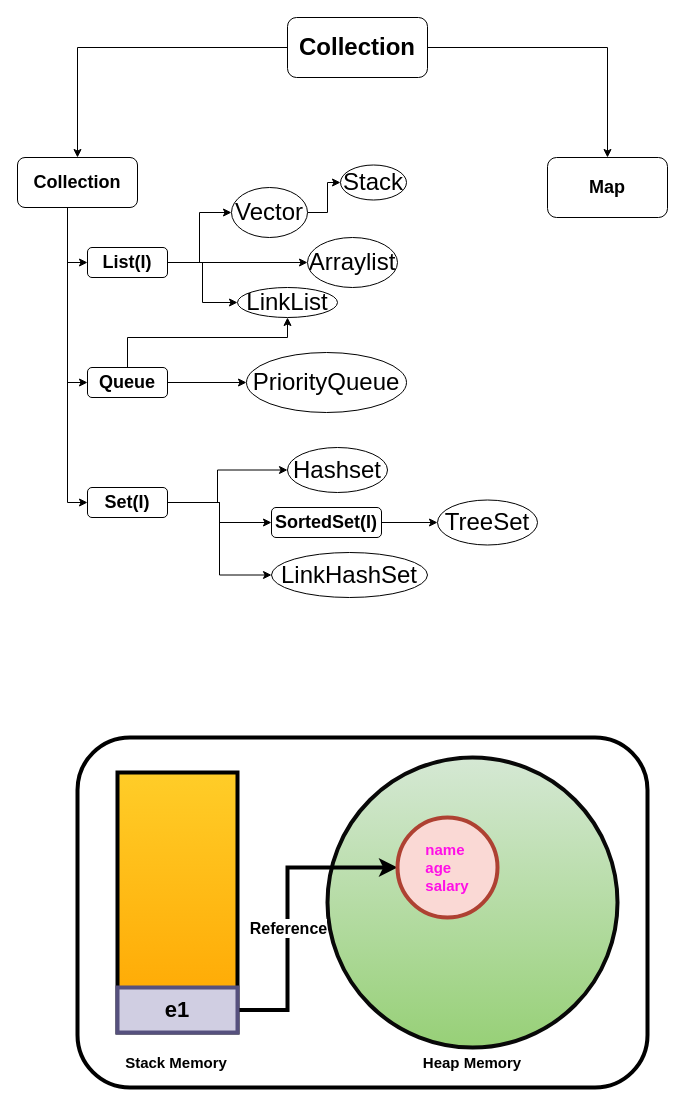
Dhruv9066/Assignment keeps this draw.io diagram as page "Page-4" (4 of 4) of AWS.drawio. Above is the earlier version. Source tidied: cells renumbered, new cells numbered last; positions are measured from the earlier drawing's top-left corner, leaving out a move shared by most shapes. Both pictures are drawn from the tidied source at 100%, with x=0, y=0 at pixel (17, 17).
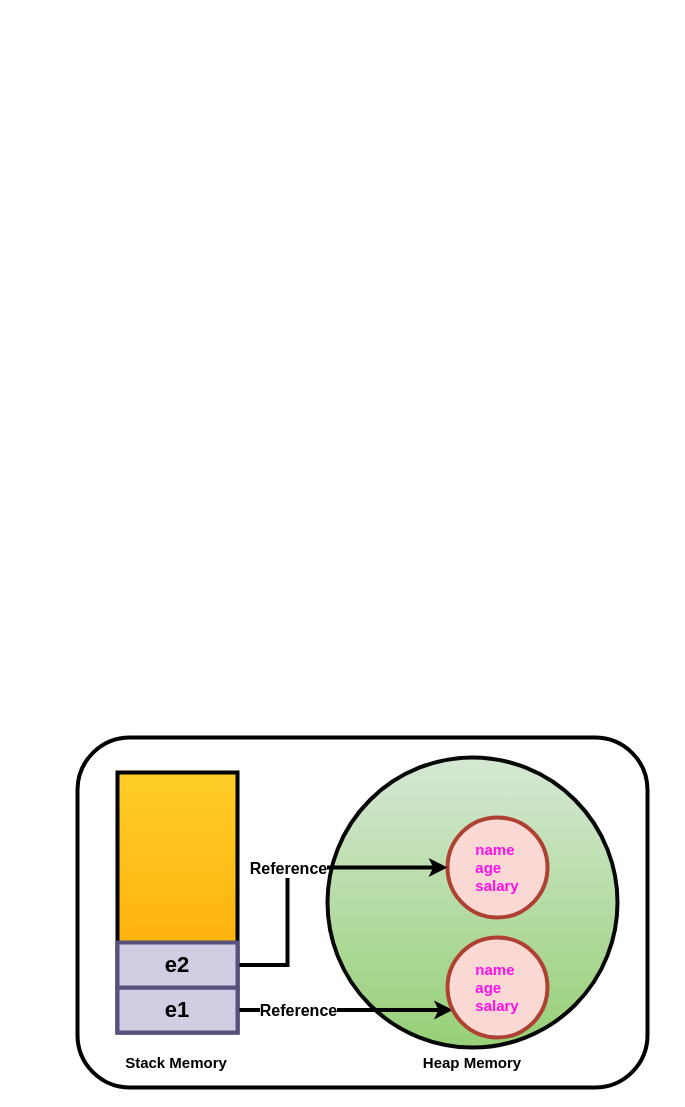
The same page after the edit.

The change refers to these unchanged cells:
```xml
<mxCell id="37" value="&lt;font style=&quot;font-size: 22px;&quot;&gt;&lt;b&gt;e1&lt;/b&gt;&lt;/font&gt;" style="rounded=0;whiteSpace=wrap;html=1;fillColor=#d0cee2;strokeColor=#56517e;strokeWidth=4;" parent="1" vertex="1">
  <mxGeometry x="100" y="970" width="120" height="45" as="geometry" />
</mxCell>
```

What changed in the source:
```diff
@@
-    <mxCell id="2" style="edgeStyle=orthogonalEdgeStyle;rounded=0;jettySize=auto;html=1;entryX=0.5;entryY=0;entryDx=0;entryDy=0;" parent="1" edge="1" source="4" target="8">
-      <mxGeometry relative="1" as="geometry" />
-    </mxCell>
-    <mxCell id="3" style="edgeStyle=orthogonalEdgeStyle;rounded=0;jettySize=auto;html=1;entryX=0.5;entryY=0;entryDx=0;entryDy=0;" parent="1" edge="1" source="4" target="9">
-      <mxGeometry relative="1" as="geometry" />
-    </mxCell>
-    <mxCell id="4" value="&lt;b&gt;&lt;font style=&quot;font-size: 24px;&quot;&gt;Collection&lt;/font&gt;&lt;/b&gt;" style="rounded=1;whiteSpace=wrap;html=1;" parent="1" vertex="1">
-      <mxGeometry x="270" width="140" height="60" as="geometry" />
-    </mxCell>
-    <mxCell id="5" style="edgeStyle=orthogonalEdgeStyle;rounded=0;jettySize=auto;html=1;entryX=0;entryY=0.5;entryDx=0;entryDy=0;fontSize=18;" parent="1" edge="1" source="8" target="17">
-      <mxGeometry relative="1" as="geometry">
-        <Array as="points">
-          <mxPoint x="50" y="485" />
-        </Array>
-      </mxGeometry>
-    </mxCell>
-    <mxCell id="6" style="edgeStyle=orthogonalEdgeStyle;rounded=0;jettySize=auto;html=1;entryX=0;entryY=0.5;entryDx=0;entryDy=0;fontSize=18;" parent="1" edge="1" source="8" target="13">
-      <mxGeometry relative="1" as="geometry">
-        <Array as="points">
-          <mxPoint x="50" y="245" />
-        </Array>
-      </mxGeometry>
-    </mxCell>
-    <mxCell id="7" style="edgeStyle=orthogonalEdgeStyle;rounded=0;jettySize=auto;html=1;entryX=0;entryY=0.5;entryDx=0;entryDy=0;fontSize=24;" parent="1" edge="1" source="8" target="29">
-      <mxGeometry relative="1" as="geometry">
-        <Array as="points">
-          <mxPoint x="50" y="365" />
-        </Array>
-      </mxGeometry>
-    </mxCell>
-    <mxCell id="8" value="&lt;font style=&quot;font-size: 18px;&quot;&gt;&lt;b&gt;Collection&lt;/b&gt;&lt;/font&gt;" style="rounded=1;whiteSpace=wrap;html=1;" parent="1" vertex="1">
-      <mxGeometry y="140" width="120" height="50" as="geometry" />
-    </mxCell>
-    <mxCell id="9" value="&lt;b&gt;&lt;font style=&quot;font-size: 18px;&quot;&gt;Map&lt;/font&gt;&lt;/b&gt;" style="rounded=1;whiteSpace=wrap;html=1;" parent="1" vertex="1">
-      <mxGeometry x="530" y="140" width="120" height="60" as="geometry" />
-    </mxCell>
-    <mxCell id="10" style="edgeStyle=orthogonalEdgeStyle;rounded=0;jettySize=auto;html=1;entryX=0;entryY=0.5;entryDx=0;entryDy=0;fontSize=24;" parent="1" edge="1" source="13" target="20">
-      <mxGeometry relative="1" as="geometry" />
-    </mxCell>
-    <mxCell id="11" style="edgeStyle=orthogonalEdgeStyle;rounded=0;jettySize=auto;html=1;fontSize=24;" parent="1" edge="1" source="13" target="18">
-      <mxGeometry relative="1" as="geometry" />
-    </mxCell>
-    <mxCell id="12" style="edgeStyle=orthogonalEdgeStyle;rounded=0;jettySize=auto;html=1;entryX=0;entryY=0.5;entryDx=0;entryDy=0;fontSize=24;" parent="1" edge="1" source="13" target="21">
-      <mxGeometry relative="1" as="geometry" />
-    </mxCell>
-    <mxCell id="13" value="&lt;font style=&quot;font-size: 18px;&quot;&gt;&lt;b&gt;List(I)&lt;/b&gt;&lt;/font&gt;" style="rounded=1;whiteSpace=wrap;html=1;" parent="1" vertex="1">
-      <mxGeometry x="70" y="230" width="80" height="30" as="geometry" />
-    </mxCell>
-    <mxCell id="14" style="edgeStyle=orthogonalEdgeStyle;rounded=0;jettySize=auto;html=1;entryX=0;entryY=0.5;entryDx=0;entryDy=0;fontSize=24;" parent="1" edge="1" source="17" target="25">
-      <mxGeometry relative="1" as="geometry">
-        <Array as="points">
-          <mxPoint x="202" y="485" />
-          <mxPoint x="202" y="558" />
-        </Array>
-      </mxGeometry>
-    </mxCell>
-    <mxCell id="15" style="edgeStyle=orthogonalEdgeStyle;rounded=0;jettySize=auto;html=1;entryX=0;entryY=0.5;entryDx=0;entryDy=0;fontSize=24;" parent="1" edge="1" source="17" target="24">
-      <mxGeometry relative="1" as="geometry">
-        <Array as="points">
-          <mxPoint x="200" y="485" />
-          <mxPoint x="200" y="453" />
-        </Array>
-      </mxGeometry>
-    </mxCell>
-    <mxCell id="16" style="edgeStyle=orthogonalEdgeStyle;rounded=0;jettySize=auto;html=1;entryX=0;entryY=0.5;entryDx=0;entryDy=0;fontSize=24;" parent="1" edge="1" source="17" target="23">
-      <mxGeometry relative="1" as="geometry" />
-    </mxCell>
-    <mxCell id="17" value="&lt;font style=&quot;font-size: 18px;&quot;&gt;&lt;b&gt;Set(I)&lt;/b&gt;&lt;/font&gt;" style="rounded=1;whiteSpace=wrap;html=1;" parent="1" vertex="1">
-      <mxGeometry x="70" y="470" width="80" height="30" as="geometry" />
-    </mxCell>
-    <mxCell id="18" value="Arraylist" style="ellipse;whiteSpace=wrap;html=1;fontSize=24;" parent="1" vertex="1">
-      <mxGeometry x="290" y="220" width="90" height="50" as="geometry" />
-    </mxCell>
-    <mxCell id="19" style="edgeStyle=orthogonalEdgeStyle;rounded=0;jettySize=auto;html=1;entryX=0;entryY=0.5;entryDx=0;entryDy=0;fontSize=24;" parent="1" edge="1" source="20" target="31">
-      <mxGeometry relative="1" as="geometry" />
-    </mxCell>
-    <mxCell id="20" value="Vector" style="ellipse;whiteSpace=wrap;html=1;fontSize=24;" parent="1" vertex="1">
-      <mxGeometry x="214" y="170" width="76" height="50" as="geometry" />
-    </mxCell>
-    <mxCell id="21" value="LinkList" style="ellipse;whiteSpace=wrap;html=1;fontSize=24;" parent="1" vertex="1">
-      <mxGeometry x="220" y="270" width="100" height="30" as="geometry" />
-    </mxCell>
-    <mxCell id="22" style="edgeStyle=orthogonalEdgeStyle;rounded=0;jettySize=auto;html=1;entryX=0;entryY=0.5;entryDx=0;entryDy=0;fontSize=24;" parent="1" edge="1" source="23" target="26">
-      <mxGeometry relative="1" as="geometry" />
-    </mxCell>
-    <mxCell id="23" value="&lt;font style=&quot;font-size: 18px;&quot;&gt;&lt;b&gt;SortedSet(I)&lt;/b&gt;&lt;/font&gt;" style="rounded=1;whiteSpace=wrap;html=1;" parent="1" vertex="1">
-      <mxGeometry x="254" y="490" width="110" height="30" as="geometry" />
-    </mxCell>
-    <mxCell id="24" value="Hashset" style="ellipse;whiteSpace=wrap;html=1;fontSize=24;" parent="1" vertex="1">
-      <mxGeometry x="270" y="430" width="100" height="45" as="geometry" />
-    </mxCell>
-    <mxCell id="25" value="LinkHashSet" style="ellipse;whiteSpace=wrap;html=1;fontSize=24;" parent="1" vertex="1">
-      <mxGeometry x="254" y="535" width="156" height="45" as="geometry" />
-    </mxCell>
-    <mxCell id="26" value="TreeSet" style="ellipse;whiteSpace=wrap;html=1;fontSize=24;" parent="1" vertex="1">
-      <mxGeometry x="420" y="482.5" width="100" height="45" as="geometry" />
-    </mxCell>
-    <mxCell id="27" style="edgeStyle=orthogonalEdgeStyle;rounded=0;jettySize=auto;html=1;fontSize=24;" parent="1" edge="1" source="29" target="30">
-      <mxGeometry relative="1" as="geometry" />
-    </mxCell>
-    <mxCell id="28" style="edgeStyle=orthogonalEdgeStyle;rounded=0;jettySize=auto;html=1;fontSize=24;" parent="1" edge="1" source="29" target="21">
-      <mxGeometry relative="1" as="geometry">
-        <Array as="points">
-          <mxPoint x="110" y="320" />
-          <mxPoint x="270" y="320" />
-        </Array>
-      </mxGeometry>
-    </mxCell>
-    <mxCell id="29" value="&lt;font style=&quot;font-size: 18px;&quot;&gt;&lt;b&gt;Queue&lt;/b&gt;&lt;/font&gt;" style="rounded=1;whiteSpace=wrap;html=1;" parent="1" vertex="1">
-      <mxGeometry x="70" y="350" width="80" height="30" as="geometry" />
-    </mxCell>
-    <mxCell id="30" value="PriorityQueue" style="ellipse;whiteSpace=wrap;html=1;fontSize=24;" parent="1" vertex="1">
-      <mxGeometry x="229" y="335" width="160" height="60" as="geometry" />
-    </mxCell>
-    <mxCell id="31" value="Stack" style="ellipse;whiteSpace=wrap;html=1;fontSize=24;" parent="1" vertex="1">
-      <mxGeometry x="323" y="147.5" width="66" height="35" as="geometry" />
-    </mxCell>
@@
     <mxCell id="35" style="edgeStyle=orthogonalEdgeStyle;rounded=0;jettySize=auto;html=1;strokeWidth=4;" parent="1" edge="1" source="37" target="38">
       <mxGeometry relative="1" as="geometry">
         <Array as="points">
-          <mxPoint x="270" y="993" />
-          <mxPoint x="270" y="850" />
+          <mxPoint x="360" y="993" />
+          <mxPoint x="360" y="993" />
         </Array>
       </mxGeometry>
     </mxCell>
     <mxCell id="36" value="&lt;b&gt;&lt;font style=&quot;font-size: 16px;&quot;&gt;Reference&lt;/font&gt;&lt;/b&gt;" style="edgeLabel;html=1;align=center;verticalAlign=middle;" parent="35" vertex="1">
       <mxGeometry x="-0.2" y="-3" relative="1" as="geometry">
-        <mxPoint x="-3" y="-11" as="offset" />
+        <mxPoint x="-26" y="-3" as="offset" />
       </mxGeometry>
     </mxCell>
@@
     <mxCell id="38" value="&lt;div style=&quot;text-align: left; font-size: 15px;&quot;&gt;&lt;span style=&quot;background-color: initial;&quot;&gt;&lt;font color=&quot;#ff0fe7&quot; style=&quot;font-size: 15px;&quot;&gt;&lt;b&gt;name&lt;/b&gt;&lt;/font&gt;&lt;/span&gt;&lt;/div&gt;&lt;div style=&quot;text-align: left; font-size: 15px;&quot;&gt;&lt;span style=&quot;background-color: initial;&quot;&gt;&lt;font color=&quot;#ff0fe7&quot; style=&quot;font-size: 15px;&quot;&gt;&lt;b&gt;age&amp;nbsp;&lt;/b&gt;&lt;/font&gt;&lt;/span&gt;&lt;/div&gt;&lt;div style=&quot;text-align: left; font-size: 15px;&quot;&gt;&lt;span style=&quot;background-color: initial;&quot;&gt;&lt;font color=&quot;#ff0fe7&quot; style=&quot;font-size: 15px;&quot;&gt;&lt;b&gt;salary&lt;/b&gt;&lt;/font&gt;&lt;/span&gt;&lt;/div&gt;" style="ellipse;whiteSpace=wrap;html=1;fillColor=#fad9d5;strokeColor=#ae4132;strokeWidth=4;" parent="1" vertex="1">
-      <mxGeometry x="380" y="800" width="100" height="100" as="geometry" />
+      <mxGeometry x="430" y="920" width="100" height="100" as="geometry" />
     </mxCell>
@@
+    <mxCell id="41" value="&lt;div style=&quot;text-align: left; font-size: 15px;&quot;&gt;&lt;span style=&quot;background-color: initial;&quot;&gt;&lt;font color=&quot;#ff0fe7&quot; style=&quot;font-size: 15px;&quot;&gt;&lt;b&gt;name&lt;/b&gt;&lt;/font&gt;&lt;/span&gt;&lt;/div&gt;&lt;div style=&quot;text-align: left; font-size: 15px;&quot;&gt;&lt;span style=&quot;background-color: initial;&quot;&gt;&lt;font color=&quot;#ff0fe7&quot; style=&quot;font-size: 15px;&quot;&gt;&lt;b&gt;age&amp;nbsp;&lt;/b&gt;&lt;/font&gt;&lt;/span&gt;&lt;/div&gt;&lt;div style=&quot;text-align: left; font-size: 15px;&quot;&gt;&lt;span style=&quot;background-color: initial;&quot;&gt;&lt;font color=&quot;#ff0fe7&quot; style=&quot;font-size: 15px;&quot;&gt;&lt;b&gt;salary&lt;/b&gt;&lt;/font&gt;&lt;/span&gt;&lt;/div&gt;" style="ellipse;whiteSpace=wrap;html=1;fillColor=#fad9d5;strokeColor=#ae4132;strokeWidth=4;" parent="1" vertex="1">
+      <mxGeometry x="430" y="800" width="100" height="100" as="geometry" />
+    </mxCell>
+    <mxCell id="42" style="edgeStyle=orthogonalEdgeStyle;rounded=0;jettySize=auto;html=1;entryX=0;entryY=0.5;entryDx=0;entryDy=0;strokeWidth=4;" parent="1" edge="1" source="44" target="41">
+      <mxGeometry relative="1" as="geometry">
+        <Array as="points">
+          <mxPoint x="270" y="948" />
+          <mxPoint x="270" y="850" />
+        </Array>
+      </mxGeometry>
+    </mxCell>
+    <mxCell id="43" value="&lt;b style=&quot;border-color: var(--border-color);&quot;&gt;&lt;font style=&quot;border-color: var(--border-color); font-size: 16px;&quot;&gt;Reference&lt;/font&gt;&lt;/b&gt;" style="edgeLabel;html=1;align=center;verticalAlign=middle;" parent="42" vertex="1">
+      <mxGeometry x="0.14" relative="1" as="geometry">
+        <mxPoint x="-27" as="offset" />
+      </mxGeometry>
+    </mxCell>
+    <mxCell id="44" value="&lt;font style=&quot;font-size: 22px;&quot;&gt;&lt;b&gt;e2&lt;/b&gt;&lt;/font&gt;" style="rounded=0;whiteSpace=wrap;html=1;fillColor=#d0cee2;strokeColor=#56517e;strokeWidth=4;" parent="1" vertex="1">
+      <mxGeometry x="100" y="925" width="120" height="45" as="geometry" />
+    </mxCell>
```
